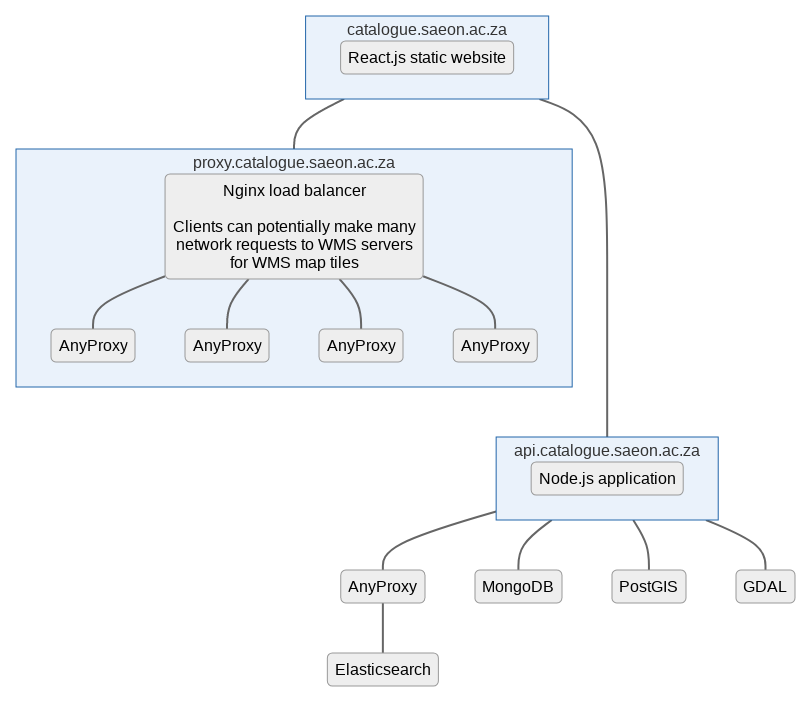
Above: diagrams/dist/client-view.png in SAEON/data-portal (Mermaid), before the change. Its source is kept beside it as diagrams/src/client-view.mmd.
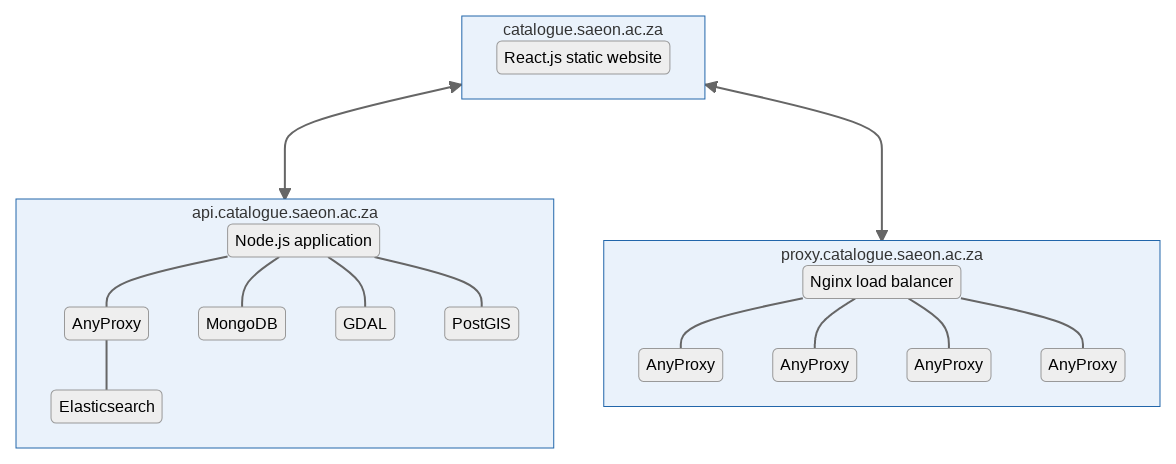
Later version of the same file.

Commit message:
Updated client diagram

Change to the diagram source:
```diff
@@ -2,29 +2,32 @@
   subgraph client ["catalogue.saeon.ac.za"]
       _client("React.js static website")
   end
+
   subgraph api ["api.catalogue.saeon.ac.za"]
       _api("Node.js application")
+      _internal_proxy("AnyProxy")
+      _mongo("MongoDB")
+      _postgis("PostGIS")
+      _gdal("GDAL")
+      _elasticsearch("Elasticsearch")
+
+      _api --- _internal_proxy
+      _api --- _mongo
+      _api --- _gdal
+      _api --- _postgis
+      _internal_proxy --- _elasticsearch
   end
+
   subgraph public_proxy ["proxy.catalogue.saeon.ac.za"]
-      _nginx("Nginx load balancer<br /><br />Clients can potentially make many<br/>network requests to WMS servers<br />for WMS map tiles")
+      _nginx("Nginx load balancer")
       _nginx --- _proxy_2("AnyProxy")
       _nginx --- _proxy_3("AnyProxy")
       _nginx --- _proxy_4("AnyProxy")
       _nginx --- _proxy_5("AnyProxy")
   end
-  internal_proxy("AnyProxy")
-  mongo("MongoDB")
-  postgis("PostGIS")
-  gdal("GDAL")
-  elasticsearch("Elasticsearch")
+
+  client <---> api
+  client <---> public_proxy
 
 
-  client ---- api
-  client --- public_proxy
 
-  api --- internal_proxy
-  api --- mongo
-  api --- gdal
-  api --- postgis
-
-  internal_proxy --- elasticsearch
```
